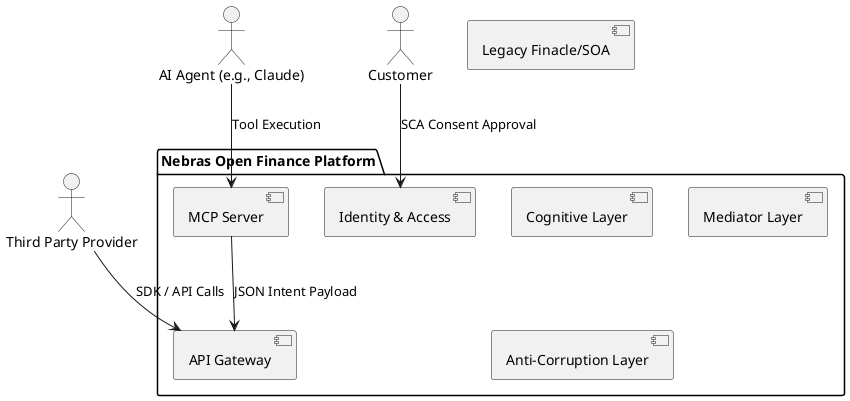
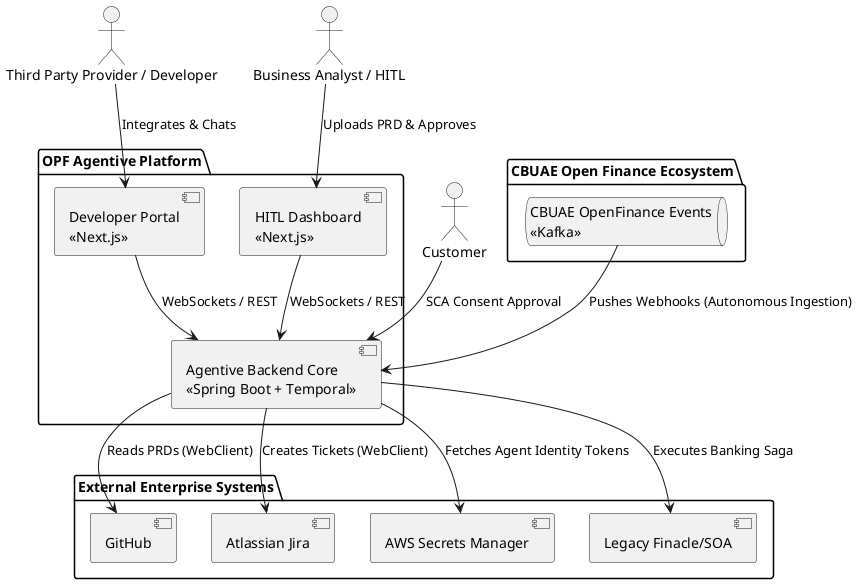
@startuml C4_Context
!define RECTANGLE class

skinparam rectangle {
    BackgroundColor #1168bd
    FontColor white
    BorderColor #0b4884
}

- actor "Third Party Provider" as TPP
- actor "AI Agent (e.g., Claude)" as AIAgent
+ actor "Third Party Provider / Developer" as TPP
+ actor "Business Analyst / HITL" as BA
actor "Customer" as Customer

- package "Nebras Open Finance Platform" {
-     component "MCP Server" as MCP
-     component "API Gateway" as Gateway
-     component "Cognitive Layer" as Cognitive
-     component "Mediator Layer" as Mediator
-     component "Identity & Access" as IAM
-     component "Anti-Corruption Layer" as ACL
+ package "CBUAE Open Finance Ecosystem" {
+     queue "CBUAE OpenFinance Events\n<<Kafka>>" as Kafka
}

- component "Legacy Finacle/SOA" as Finacle
+ package "OPF Agentive Platform" {
+     component "Developer Portal\n<<Next.js>>" as DevPortal
+     component "HITL Dashboard\n<<Next.js>>" as HitlDashboard
+     component "Agentive Backend Core\n<<Spring Boot + Temporal>>" as Core
+ }

- TPP --> Gateway : SDK / API Calls
- AIAgent --> MCP : Tool Execution
- MCP --> Gateway : JSON Intent Payload
- Customer --> IAM : SCA Consent Approval
+ package "External Enterprise Systems" {
+     component "GitHub" as GitHub
+     component "Atlassian Jira" as Jira
+     component "AWS Secrets Manager" as Vault
+     component "Legacy Finacle/SOA" as Finacle
+ }
+ 
+ TPP --> DevPortal : Integrates & Chats
+ BA --> HitlDashboard : Uploads PRD & Approves
+ DevPortal --> Core : WebSockets / REST
+ HitlDashboard --> Core : WebSockets / REST
+ Kafka --> Core : Pushes Webhooks (Autonomous Ingestion)
+ Customer --> Core : SCA Consent Approval
+ Core --> GitHub : Reads PRDs (WebClient)
+ Core --> Jira : Creates Tickets (WebClient)
+ Core --> Vault : Fetches Agent Identity Tokens
+ Core --> Finacle : Executes Banking Saga

@enduml
